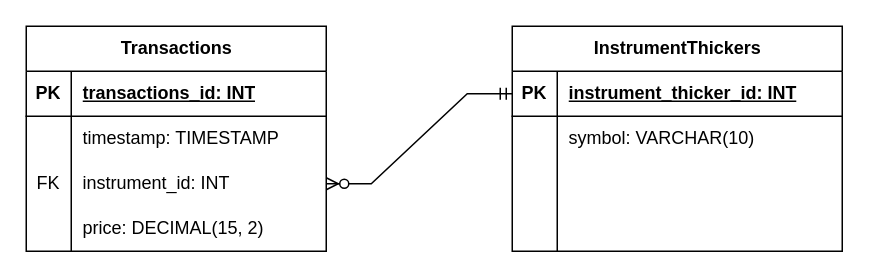
Above: dataModel/stockQuotesERD.drawio in DybowskiB/stockQuotesSystem (draw.io), before the change. Source tidied: cells renumbered, new cells numbered last; positions are measured from the earlier drawing's top-left corner, leaving out a move shared by most shapes. Both pictures are drawn from the tidied source at 150%, with x=0, y=0 at pixel (26, 26).
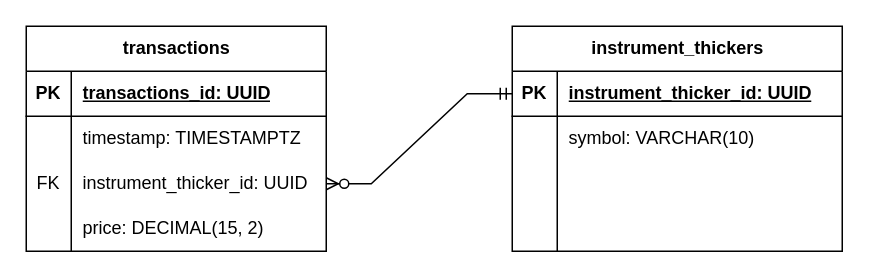
After the change.

The change refers to these unchanged cells:
```xml
<mxCell id="3" style="shape=tableRow;horizontal=0;startSize=0;swimlaneHead=0;swimlaneBody=0;fillColor=none;points=[[0,0.5],[1,0.5]];portConstraint=eastwest;top=0;left=0;right=0;bottom=1;" parent="2" vertex="1">
  <mxGeometry y="30" width="220" height="30" as="geometry" />
</mxCell>
<mxCell id="16" style="shape=tableRow;horizontal=0;startSize=0;swimlaneHead=0;swimlaneBody=0;fillColor=none;top=0;left=0;right=0;bottom=1;" parent="15" vertex="1">
  <mxGeometry y="30" width="200" height="30" as="geometry" />
</mxCell>
<mxCell id="19" style="shape=tableRow;horizontal=0;startSize=0;swimlaneHead=0;swimlaneBody=0;fillColor=none;top=0;left=0;right=0;bottom=0;" parent="15" vertex="1">
  <mxGeometry y="60" width="200" height="30" as="geometry" />
</mxCell>
<mxCell id="22" style="shape=tableRow;horizontal=0;startSize=0;swimlaneHead=0;swimlaneBody=0;fillColor=none;points=[[0,0.5],[1,0.5]];portConstraint=eastwest;top=0;left=0;right=0;bottom=0;" parent="15" vertex="1">
  <mxGeometry y="90" width="200" height="30" as="geometry" />
</mxCell>
```

Diff of the diagram source:
```diff
@@
-    <mxCell id="2" value="InstrumentThickers" style="shape=table;startSize=30;childLayout=tableLayout;rowLines=0;fontStyle=1;align=center;html=1;" parent="1" vertex="1">
+    <mxCell id="2" value="instrument_thickers" style="shape=table;startSize=30;childLayout=tableLayout;rowLines=0;fontStyle=1;align=center;html=1;" parent="1" vertex="1">
       <mxGeometry x="324" width="220" height="150" as="geometry" />
     </mxCell>
@@
-    <mxCell id="5" value="instrument_thicker_id: INT" style="shape=partialRectangle;fillColor=none;top=0;left=0;bottom=0;right=0;align=left;spacingLeft=6;fontStyle=5;overflow=hidden;whiteSpace=wrap;html=1;" parent="3" vertex="1">
+    <mxCell id="5" value="instrument_thicker_id: UUID" style="shape=partialRectangle;fillColor=none;top=0;left=0;bottom=0;right=0;align=left;spacingLeft=6;fontStyle=5;overflow=hidden;whiteSpace=wrap;html=1;" parent="3" vertex="1">
       <mxGeometry x="30" width="190" height="30" as="geometry" />
     </mxCell>
@@
-    <mxCell id="15" value="Transactions" style="shape=table;startSize=30;childLayout=tableLayout;rowLines=0;fontStyle=1;align=center;html=1;" parent="1" vertex="1">
+    <mxCell id="15" value="transactions" style="shape=table;startSize=30;childLayout=tableLayout;rowLines=0;fontStyle=1;align=center;html=1;" parent="1" vertex="1">
       <mxGeometry width="200" height="150" as="geometry" />
     </mxCell>
@@
-    <mxCell id="18" value="transactions_id: INT" style="shape=partialRectangle;fillColor=none;top=0;left=0;bottom=0;right=0;align=left;spacingLeft=6;fontStyle=5;overflow=hidden;whiteSpace=wrap;html=1;" parent="16" vertex="1">
+    <mxCell id="18" value="transactions_id: UUID" style="shape=partialRectangle;fillColor=none;top=0;left=0;bottom=0;right=0;align=left;spacingLeft=6;fontStyle=5;overflow=hidden;whiteSpace=wrap;html=1;" parent="16" vertex="1">
       <mxGeometry x="30" width="170" height="30" as="geometry" />
     </mxCell>
@@
-    <mxCell id="21" value="timestamp: TIMESTAMP" style="shape=partialRectangle;fillColor=none;top=0;left=0;bottom=0;right=0;align=left;spacingLeft=6;overflow=hidden;whiteSpace=wrap;html=1;" parent="19" vertex="1">
+    <mxCell id="21" value="timestamp: TIMESTAMPTZ" style="shape=partialRectangle;fillColor=none;top=0;left=0;bottom=0;right=0;align=left;spacingLeft=6;overflow=hidden;whiteSpace=wrap;html=1;" parent="19" vertex="1">
       <mxGeometry x="30" width="170" height="30" as="geometry" />
     </mxCell>
@@
-    <mxCell id="24" value="instrument_id: INT" style="shape=partialRectangle;fillColor=none;top=0;left=0;bottom=0;right=0;align=left;spacingLeft=6;overflow=hidden;whiteSpace=wrap;html=1;" parent="22" vertex="1">
+    <mxCell id="24" value="instrument_thicker_id: UUID" style="shape=partialRectangle;fillColor=none;top=0;left=0;bottom=0;right=0;align=left;spacingLeft=6;overflow=hidden;whiteSpace=wrap;html=1;" parent="22" vertex="1">
       <mxGeometry x="30" width="170" height="30" as="geometry" />
     </mxCell>
```
